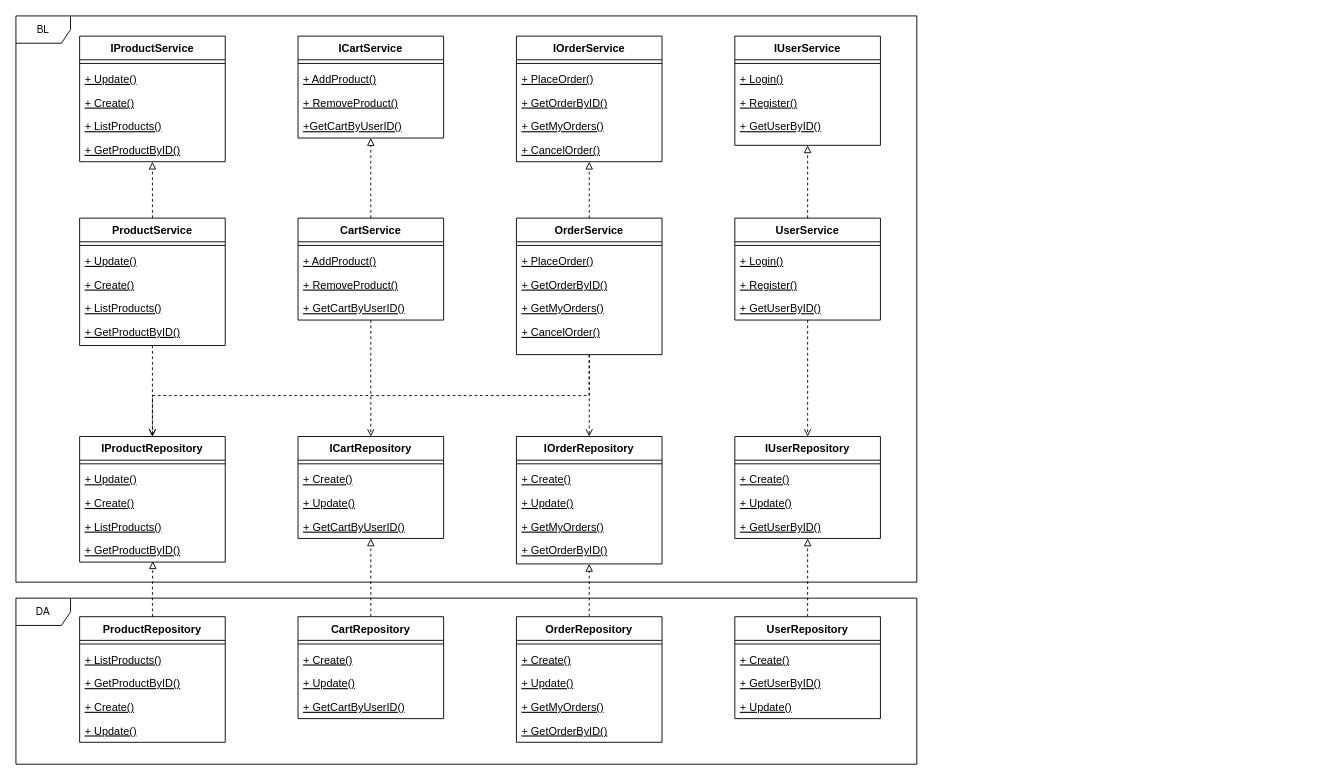
mshsvnv/SoftwareDesign keeps this draw.io diagram as schemes/raws/UML.drawio. Above is the earlier version. Source tidied: cells renumbered, new cells numbered last; positions are measured from the earlier drawing's top-left corner, leaving out a move shared by most shapes. Both pictures are drawn from the tidied source at 91%, with x=0, y=0 at pixel (15, 15).
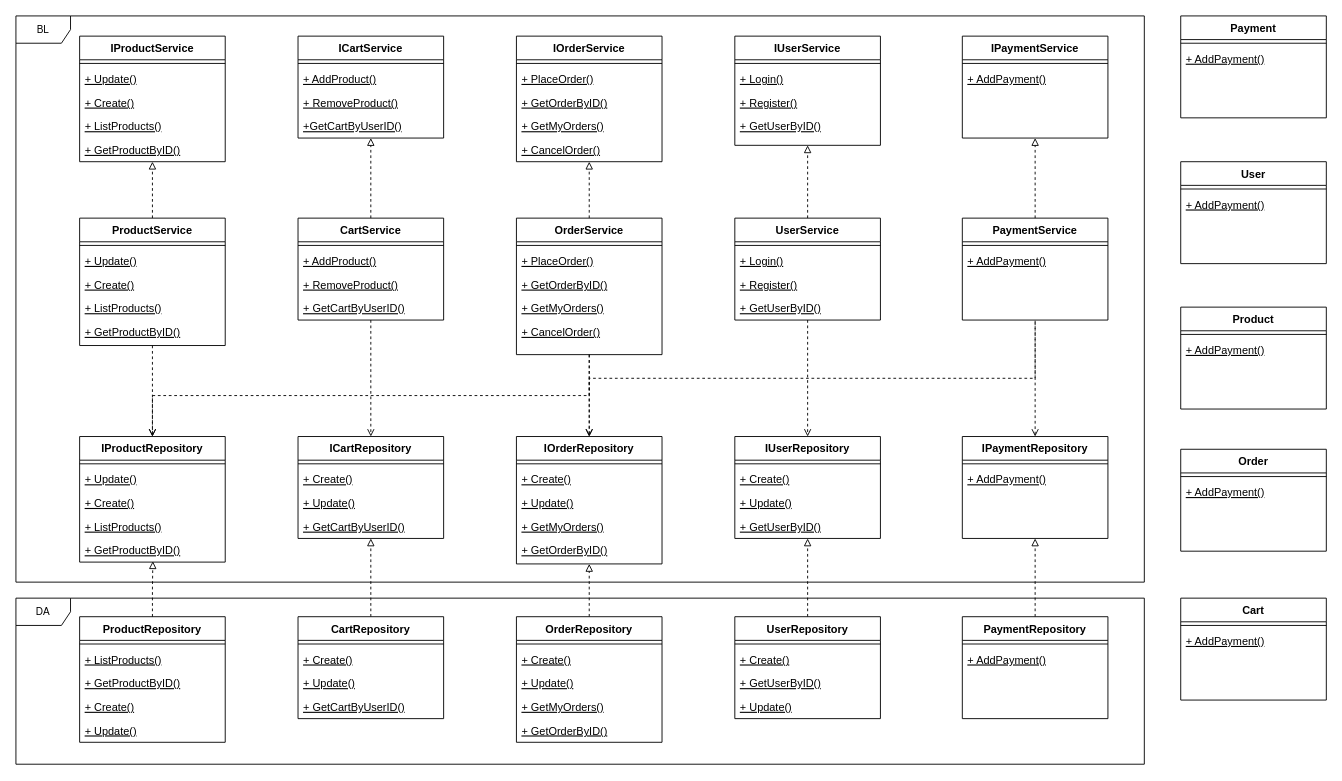
Above is the later version.

The change refers to these unchanged cells:
```xml
<mxCell id="49" value="IOrderRepository" style="swimlane;fontStyle=1;align=center;verticalAlign=top;horizontal=1;startSize=26;rounded=0;shadow=0;strokeWidth=1;" parent="1" vertex="1">
  <mxGeometry x="550" y="462.2" width="160" height="140" as="geometry" />
</mxCell>
```

Change to the diagram source:
```diff
@@
+    <mxCell id="106" style="edgeStyle=orthogonalEdgeStyle;rounded=0;jettySize=auto;html=1;exitX=0.5;exitY=0;exitDx=0;exitDy=0;endArrow=none;endFill=0;startArrow=open;startFill=0;dashed=1;" parent="1" edge="1" source="49" target="108">
+      <mxGeometry relative="1" as="geometry" />
+    </mxCell>
@@
     <mxCell id="104" value="DA" style="shape=umlFrame;whiteSpace=wrap;html=1;fontFamily=Helvetica;fontSize=11;fontColor=default;labelBackgroundColor=default;" parent="1" vertex="1">
-      <mxGeometry y="639.8" width="990" height="182.5" as="geometry" />
+      <mxGeometry y="639.8" width="1240" height="182.5" as="geometry" />
     </mxCell>
     <mxCell id="105" value="BL" style="shape=umlFrame;whiteSpace=wrap;html=1;fontFamily=Helvetica;fontSize=11;fontColor=default;labelBackgroundColor=default;" parent="1" vertex="1">
-      <mxGeometry width="990" height="622.2" as="geometry" />
+      <mxGeometry width="1240" height="622.2" as="geometry" />
     </mxCell>
+    <mxCell id="107" style="edgeStyle=orthogonalEdgeStyle;rounded=0;jettySize=auto;html=1;exitX=0.5;exitY=0;exitDx=0;exitDy=0;endArrow=block;endFill=0;dashed=1;" parent="1" edge="1" source="108" target="115">
+      <mxGeometry relative="1" as="geometry" />
+    </mxCell>
+    <mxCell id="108" value="PaymentService" style="swimlane;fontStyle=1;align=center;verticalAlign=top;horizontal=1;startSize=26;rounded=0;shadow=0;strokeWidth=1;" parent="1" vertex="1">
+      <mxGeometry x="1040" y="222.2" width="160" height="112" as="geometry" />
+    </mxCell>
+    <mxCell id="109" style="line;html=1;strokeWidth=1;align=left;verticalAlign=middle;spacingTop=-1;spacingLeft=3;spacingRight=3;labelPosition=right;" parent="108" vertex="1">
+      <mxGeometry y="26" width="160" height="8" as="geometry" />
+    </mxCell>
+    <mxCell id="110" value="+ AddPayment()" style="text;align=left;verticalAlign=top;spacingLeft=4;spacingRight=4;overflow=hidden;fontStyle=4;" parent="108" vertex="1">
+      <mxGeometry y="34" width="160" height="26" as="geometry" />
+    </mxCell>
+    <mxCell id="111" style="edgeStyle=orthogonalEdgeStyle;rounded=0;jettySize=auto;html=1;exitX=0.5;exitY=0;exitDx=0;exitDy=0;startArrow=open;startFill=0;dashed=1;endArrow=none;endFill=0;" parent="1" edge="1" source="112" target="108">
+      <mxGeometry relative="1" as="geometry" />
+    </mxCell>
+    <mxCell id="112" value="IPaymentRepository" style="swimlane;fontStyle=1;align=center;verticalAlign=top;horizontal=1;startSize=26;rounded=0;shadow=0;strokeWidth=1;" parent="1" vertex="1">
+      <mxGeometry x="1040" y="462.2" width="160" height="112" as="geometry" />
+    </mxCell>
+    <mxCell id="113" style="line;html=1;strokeWidth=1;align=left;verticalAlign=middle;spacingTop=-1;spacingLeft=3;spacingRight=3;labelPosition=right;" parent="112" vertex="1">
+      <mxGeometry y="26" width="160" height="8" as="geometry" />
+    </mxCell>
+    <mxCell id="114" value="+ AddPayment()" style="text;align=left;verticalAlign=top;spacingLeft=4;spacingRight=4;overflow=hidden;fontStyle=4;" parent="112" vertex="1">
+      <mxGeometry y="34" width="160" height="26" as="geometry" />
+    </mxCell>
+    <mxCell id="115" value="IPaymentService" style="swimlane;fontStyle=1;align=center;verticalAlign=top;horizontal=1;startSize=26;rounded=0;shadow=0;strokeWidth=1;" parent="1" vertex="1">
+      <mxGeometry x="1040" y="22.2" width="160" height="112" as="geometry" />
+    </mxCell>
+    <mxCell id="116" style="line;html=1;strokeWidth=1;align=left;verticalAlign=middle;spacingTop=-1;spacingLeft=3;spacingRight=3;labelPosition=right;" parent="115" vertex="1">
+      <mxGeometry y="26" width="160" height="8" as="geometry" />
+    </mxCell>
+    <mxCell id="117" value="+ AddPayment()" style="text;align=left;verticalAlign=top;spacingLeft=4;spacingRight=4;overflow=hidden;fontStyle=4;" parent="115" vertex="1">
+      <mxGeometry y="34" width="160" height="26" as="geometry" />
+    </mxCell>
+    <mxCell id="118" style="edgeStyle=orthogonalEdgeStyle;rounded=0;jettySize=auto;html=1;exitX=0.5;exitY=0;exitDx=0;exitDy=0;endArrow=block;endFill=0;dashed=1;" parent="1" edge="1" source="119" target="112">
+      <mxGeometry relative="1" as="geometry" />
+    </mxCell>
+    <mxCell id="119" value="PaymentRepository" style="swimlane;fontStyle=1;align=center;verticalAlign=top;horizontal=1;startSize=26;rounded=0;shadow=0;strokeWidth=1;" parent="1" vertex="1">
+      <mxGeometry x="1040" y="660.2" width="160" height="112" as="geometry" />
+    </mxCell>
+    <mxCell id="120" style="line;html=1;strokeWidth=1;align=left;verticalAlign=middle;spacingTop=-1;spacingLeft=3;spacingRight=3;labelPosition=right;" parent="119" vertex="1">
+      <mxGeometry y="26" width="160" height="8" as="geometry" />
+    </mxCell>
+    <mxCell id="121" value="+ AddPayment()" style="text;align=left;verticalAlign=top;spacingLeft=4;spacingRight=4;overflow=hidden;fontStyle=4;" parent="119" vertex="1">
+      <mxGeometry y="34" width="160" height="26" as="geometry" />
+    </mxCell>
+    <mxCell id="122" value="Payment" style="swimlane;fontStyle=1;align=center;verticalAlign=top;horizontal=1;startSize=26;rounded=0;shadow=0;strokeWidth=1;" parent="1" vertex="1">
+      <mxGeometry x="1280" width="160" height="112" as="geometry" />
+    </mxCell>
+    <mxCell id="123" style="line;html=1;strokeWidth=1;align=left;verticalAlign=middle;spacingTop=-1;spacingLeft=3;spacingRight=3;labelPosition=right;" parent="122" vertex="1">
+      <mxGeometry y="26" width="160" height="8" as="geometry" />
+    </mxCell>
+    <mxCell id="124" value="+ AddPayment()" style="text;align=left;verticalAlign=top;spacingLeft=4;spacingRight=4;overflow=hidden;fontStyle=4;" parent="122" vertex="1">
+      <mxGeometry y="34" width="160" height="26" as="geometry" />
+    </mxCell>
+    <mxCell id="125" value="User" style="swimlane;fontStyle=1;align=center;verticalAlign=top;horizontal=1;startSize=26;rounded=0;shadow=0;strokeWidth=1;" parent="1" vertex="1">
+      <mxGeometry x="1280" y="160.2" width="160" height="112" as="geometry" />
+    </mxCell>
+    <mxCell id="126" style="line;html=1;strokeWidth=1;align=left;verticalAlign=middle;spacingTop=-1;spacingLeft=3;spacingRight=3;labelPosition=right;" parent="125" vertex="1">
+      <mxGeometry y="26" width="160" height="8" as="geometry" />
+    </mxCell>
+    <mxCell id="127" value="+ AddPayment()" style="text;align=left;verticalAlign=top;spacingLeft=4;spacingRight=4;overflow=hidden;fontStyle=4;" parent="125" vertex="1">
+      <mxGeometry y="34" width="160" height="26" as="geometry" />
+    </mxCell>
+    <mxCell id="128" value="Product" style="swimlane;fontStyle=1;align=center;verticalAlign=top;horizontal=1;startSize=26;rounded=0;shadow=0;strokeWidth=1;" parent="1" vertex="1">
+      <mxGeometry x="1280" y="320" width="160" height="112" as="geometry" />
+    </mxCell>
+    <mxCell id="129" style="line;html=1;strokeWidth=1;align=left;verticalAlign=middle;spacingTop=-1;spacingLeft=3;spacingRight=3;labelPosition=right;" parent="128" vertex="1">
+      <mxGeometry y="26" width="160" height="8" as="geometry" />
+    </mxCell>
+    <mxCell id="130" value="+ AddPayment()" style="text;align=left;verticalAlign=top;spacingLeft=4;spacingRight=4;overflow=hidden;fontStyle=4;" parent="128" vertex="1">
+      <mxGeometry y="34" width="160" height="26" as="geometry" />
+    </mxCell>
+    <mxCell id="131" value="Order" style="swimlane;fontStyle=1;align=center;verticalAlign=top;horizontal=1;startSize=26;rounded=0;shadow=0;strokeWidth=1;" parent="1" vertex="1">
+      <mxGeometry x="1280" y="476.2" width="160" height="112" as="geometry" />
+    </mxCell>
+    <mxCell id="132" style="line;html=1;strokeWidth=1;align=left;verticalAlign=middle;spacingTop=-1;spacingLeft=3;spacingRight=3;labelPosition=right;" parent="131" vertex="1">
+      <mxGeometry y="26" width="160" height="8" as="geometry" />
+    </mxCell>
+    <mxCell id="133" value="+ AddPayment()" style="text;align=left;verticalAlign=top;spacingLeft=4;spacingRight=4;overflow=hidden;fontStyle=4;" parent="131" vertex="1">
+      <mxGeometry y="34" width="160" height="26" as="geometry" />
+    </mxCell>
+    <mxCell id="134" value="Cart" style="swimlane;fontStyle=1;align=center;verticalAlign=top;horizontal=1;startSize=26;rounded=0;shadow=0;strokeWidth=1;" parent="1" vertex="1">
+      <mxGeometry x="1280" y="639.8" width="160" height="112" as="geometry" />
+    </mxCell>
+    <mxCell id="135" style="line;html=1;strokeWidth=1;align=left;verticalAlign=middle;spacingTop=-1;spacingLeft=3;spacingRight=3;labelPosition=right;" parent="134" vertex="1">
+      <mxGeometry y="26" width="160" height="8" as="geometry" />
+    </mxCell>
+    <mxCell id="136" value="+ AddPayment()" style="text;align=left;verticalAlign=top;spacingLeft=4;spacingRight=4;overflow=hidden;fontStyle=4;" parent="134" vertex="1">
+      <mxGeometry y="34" width="160" height="26" as="geometry" />
+    </mxCell>
```
